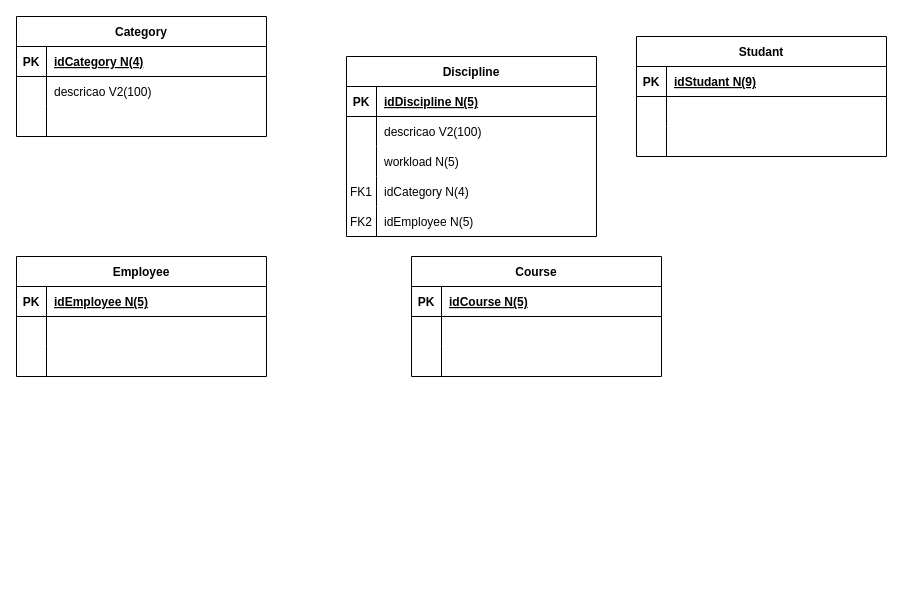
This is diagram_database_course_manager_system.drawio from JonazOliveira/course-manager-system, a draw.io file, before an edit. Source tidied: cells renumbered, new cells numbered last; positions are measured from the earlier drawing's top-left corner, leaving out a move shared by most shapes. Both pictures are drawn from the tidied source at 100%, with x=0, y=0 at pixel (16, 16).
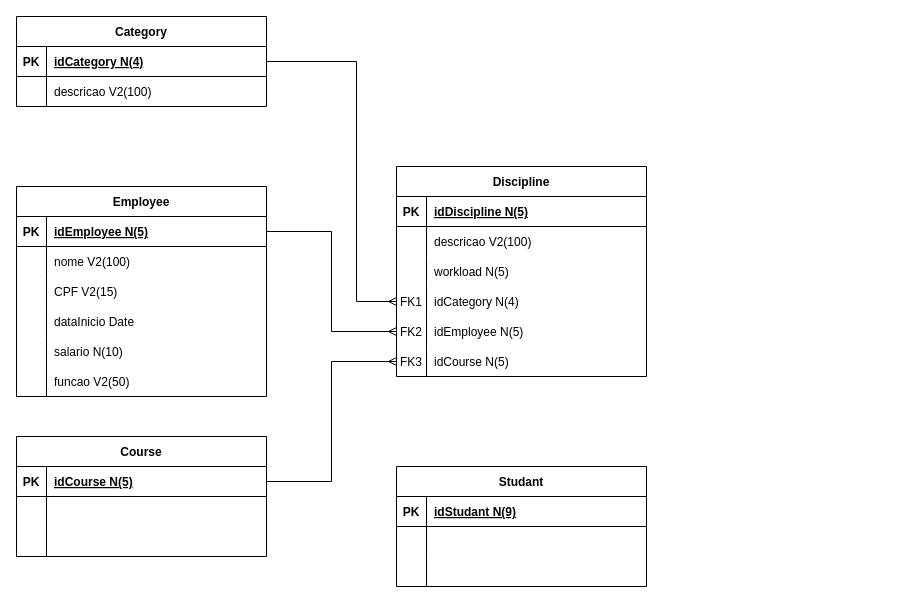
Above is the later version.

Unchanged cells that the change refers to:
```xml
<mxCell id="3" style="shape=partialRectangle;fillColor=none;points=[[0,0.5],[1,0.5]];portConstraint=eastwest;top=0;left=0;right=0;bottom=1;" parent="2" vertex="1">
  <mxGeometry y="30" width="250" height="30" as="geometry" />
</mxCell>
<mxCell id="13" style="shape=partialRectangle;fillColor=none;points=[[0,0.5],[1,0.5]];portConstraint=eastwest;top=0;left=0;right=0;bottom=1;" parent="12" vertex="1">
  <mxGeometry y="30" width="250" height="30" as="geometry" />
</mxCell>
<mxCell id="16" style="shape=partialRectangle;fillColor=none;top=0;left=0;right=0;bottom=0;" parent="12" vertex="1">
  <mxGeometry y="60" width="250" height="30" as="geometry" />
</mxCell>
<mxCell id="19" style="shape=partialRectangle;fillColor=none;top=0;left=0;right=0;bottom=0;" parent="12" vertex="1">
  <mxGeometry y="90" width="250" height="30" as="geometry" />
</mxCell>
<mxCell id="42" style="shape=partialRectangle;fillColor=none;points=[[0,0.5],[1,0.5]];portConstraint=eastwest;top=0;left=0;right=0;bottom=0;" parent="32" vertex="1">
  <mxGeometry y="120" width="250" height="30" as="geometry" />
</mxCell>
<mxCell id="45" style="shape=partialRectangle;fillColor=none;points=[[0,0.5],[1,0.5]];portConstraint=eastwest;top=0;left=0;right=0;bottom=0;" parent="32" vertex="1">
  <mxGeometry y="150" width="250" height="30" as="geometry" />
</mxCell>
<mxCell id="49" style="shape=partialRectangle;fillColor=none;points=[[0,0.5],[1,0.5]];portConstraint=eastwest;top=0;left=0;right=0;bottom=1;" parent="48" vertex="1">
  <mxGeometry y="30" width="250" height="30" as="geometry" />
</mxCell>
```

What changed in the source:
```diff
@@
     <mxCell id="2" value="Course" style="shape=table;startSize=30;childLayout=tableLayout;rowLines=0;fontStyle=1;align=center;" parent="1" vertex="1">
-      <mxGeometry x="395" y="240" width="250" height="120" as="geometry" />
+      <mxGeometry y="420" width="250" height="120" as="geometry" />
     </mxCell>
@@
     <mxCell id="12" value="Employee" style="shape=table;startSize=30;childLayout=tableLayout;rowLines=0;fontStyle=1;align=center;" parent="1" vertex="1">
-      <mxGeometry y="240" width="250" height="120" as="geometry" />
+      <mxGeometry y="170" width="250" height="210" as="geometry" />
     </mxCell>
@@
-    <mxCell id="18" style="shape=partialRectangle;overflow=hidden;fillColor=none;top=0;left=0;bottom=0;right=0;align=left;spacingLeft=6;" parent="16" vertex="1">
+    <mxCell id="18" value="nome V2(100)" style="shape=partialRectangle;overflow=hidden;fillColor=none;top=0;left=0;bottom=0;right=0;align=left;spacingLeft=6;" parent="16" vertex="1">
       <mxGeometry x="30" width="220" height="30" as="geometry" />
     </mxCell>
@@
-    <mxCell id="21" style="shape=partialRectangle;overflow=hidden;fillColor=none;top=0;left=0;bottom=0;right=0;align=left;spacingLeft=6;" parent="19" vertex="1">
+    <mxCell id="21" value="CPF V2(15)" style="shape=partialRectangle;overflow=hidden;fillColor=none;top=0;left=0;bottom=0;right=0;align=left;spacingLeft=6;" parent="19" vertex="1">
       <mxGeometry x="30" width="220" height="30" as="geometry" />
     </mxCell>
+    <mxCell id="58" style="shape=partialRectangle;fillColor=none;top=0;left=0;right=0;bottom=0;" parent="12" vertex="1">
+      <mxGeometry y="120" width="250" height="30" as="geometry" />
+    </mxCell>
+    <mxCell id="59" style="shape=partialRectangle;overflow=hidden;fillColor=none;top=0;left=0;bottom=0;right=0;" parent="58" vertex="1">
+      <mxGeometry width="30" height="30" as="geometry" />
+    </mxCell>
+    <mxCell id="60" value="dataInicio Date" style="shape=partialRectangle;overflow=hidden;fillColor=none;top=0;left=0;bottom=0;right=0;align=left;spacingLeft=6;" parent="58" vertex="1">
+      <mxGeometry x="30" width="220" height="30" as="geometry" />
+    </mxCell>
+    <mxCell id="61" style="shape=partialRectangle;fillColor=none;top=0;left=0;right=0;bottom=0;" parent="12" vertex="1">
+      <mxGeometry y="150" width="250" height="30" as="geometry" />
+    </mxCell>
+    <mxCell id="62" style="shape=partialRectangle;overflow=hidden;fillColor=none;top=0;left=0;bottom=0;right=0;" parent="61" vertex="1">
+      <mxGeometry width="30" height="30" as="geometry" />
+    </mxCell>
+    <mxCell id="63" value="salario N(10)" style="shape=partialRectangle;overflow=hidden;fillColor=none;top=0;left=0;bottom=0;right=0;align=left;spacingLeft=6;" parent="61" vertex="1">
+      <mxGeometry x="30" width="220" height="30" as="geometry" />
+    </mxCell>
+    <mxCell id="64" style="shape=partialRectangle;fillColor=none;top=0;left=0;right=0;bottom=0;" parent="12" vertex="1">
+      <mxGeometry y="180" width="250" height="30" as="geometry" />
+    </mxCell>
+    <mxCell id="65" style="shape=partialRectangle;overflow=hidden;fillColor=none;top=0;left=0;bottom=0;right=0;" parent="64" vertex="1">
+      <mxGeometry width="30" height="30" as="geometry" />
+    </mxCell>
+    <mxCell id="66" value="funcao V2(50)" style="shape=partialRectangle;overflow=hidden;fillColor=none;top=0;left=0;bottom=0;right=0;align=left;spacingLeft=6;" parent="64" vertex="1">
+      <mxGeometry x="30" width="220" height="30" as="geometry" />
+    </mxCell>
     <mxCell id="22" value="Studant" style="shape=table;startSize=30;childLayout=tableLayout;rowLines=0;fontStyle=1;align=center;" parent="1" vertex="1">
-      <mxGeometry x="620" y="20" width="250" height="120" as="geometry" />
+      <mxGeometry x="380" y="450" width="250" height="120" as="geometry" />
     </mxCell>
@@
     <mxCell id="32" value="Discipline" style="shape=table;startSize=30;childLayout=tableLayout;rowLines=0;fontStyle=1;align=center;" parent="1" vertex="1">
-      <mxGeometry x="330" y="40" width="250" height="180" as="geometry" />
+      <mxGeometry x="380" y="150" width="250" height="210" as="geometry" />
     </mxCell>
@@
+    <mxCell id="67" style="shape=partialRectangle;fillColor=none;points=[[0,0.5],[1,0.5]];portConstraint=eastwest;top=0;left=0;right=0;bottom=0;" parent="32" vertex="1">
+      <mxGeometry y="180" width="250" height="30" as="geometry" />
+    </mxCell>
+    <mxCell id="68" value="FK3" style="shape=partialRectangle;overflow=hidden;fillColor=none;top=0;left=0;bottom=0;right=0;" parent="67" vertex="1">
+      <mxGeometry width="30" height="30" as="geometry" />
+    </mxCell>
+    <mxCell id="69" value="idCourse N(5)" style="shape=partialRectangle;overflow=hidden;fillColor=none;top=0;left=0;bottom=0;right=0;align=left;spacingLeft=6;" parent="67" vertex="1">
+      <mxGeometry x="30" width="220" height="30" as="geometry" />
+    </mxCell>
     <mxCell id="48" value="Category" style="shape=table;startSize=30;childLayout=tableLayout;rowLines=0;fontStyle=1;align=center;" parent="1" vertex="1">
-      <mxGeometry width="250" height="120" as="geometry" />
+      <mxGeometry width="250" height="90" as="geometry" />
     </mxCell>
@@
-    <mxCell id="55" style="shape=partialRectangle;fillColor=none;top=0;left=0;right=0;bottom=0;" parent="48" vertex="1">
-      <mxGeometry y="90" width="250" height="30" as="geometry" />
-    </mxCell>
-    <mxCell id="56" style="shape=partialRectangle;overflow=hidden;fillColor=none;top=0;left=0;bottom=0;right=0;" parent="55" vertex="1">
-      <mxGeometry width="30" height="30" as="geometry" />
-    </mxCell>
-    <mxCell id="57" style="shape=partialRectangle;overflow=hidden;fillColor=none;top=0;left=0;bottom=0;right=0;align=left;spacingLeft=6;" parent="55" vertex="1">
-      <mxGeometry x="30" width="220" height="30" as="geometry" />
-    </mxCell>
+    <mxCell id="70" style="edgeStyle=orthogonalEdgeStyle;rounded=0;jettySize=auto;html=1;exitX=1;exitY=0.5;exitDx=0;exitDy=0;entryX=0;entryY=0.5;entryDx=0;entryDy=0;endArrow=ERmany;endFill=0;" parent="1" edge="1" source="13" target="45">
+      <mxGeometry relative="1" as="geometry" />
+    </mxCell>
+    <mxCell id="71" style="edgeStyle=orthogonalEdgeStyle;rounded=0;jettySize=auto;html=1;exitX=1;exitY=0.5;exitDx=0;exitDy=0;entryX=0;entryY=0.5;entryDx=0;entryDy=0;endArrow=ERmany;endFill=0;" parent="1" edge="1" source="3" target="67">
+      <mxGeometry relative="1" as="geometry" />
+    </mxCell>
+    <mxCell id="72" style="edgeStyle=orthogonalEdgeStyle;rounded=0;jettySize=auto;html=1;exitX=1;exitY=0.5;exitDx=0;exitDy=0;entryX=0;entryY=0.5;entryDx=0;entryDy=0;endArrow=ERmany;endFill=0;" parent="1" edge="1" source="49" target="42">
+      <mxGeometry relative="1" as="geometry">
+        <Array as="points">
+          <mxPoint x="340" y="45" />
+          <mxPoint x="340" y="285" />
+        </Array>
+      </mxGeometry>
+    </mxCell>
```
